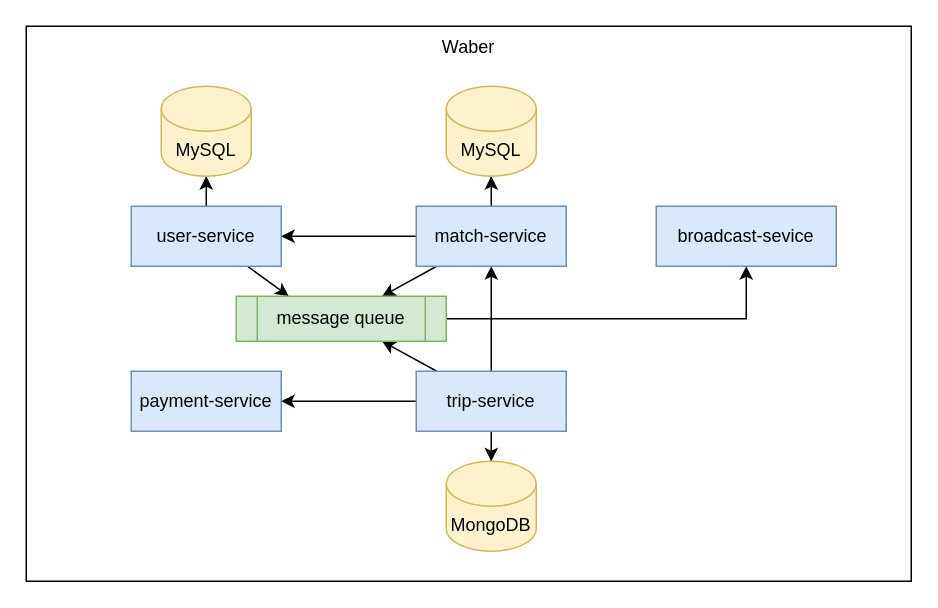
This is Waber.drawio from Johnny850807/Waber, a draw.io file, before an edit. Source tidied: cells renumbered, new cells numbered last; positions are measured from the earlier drawing's top-left corner, leaving out a move shared by most shapes. Both pictures are drawn from the tidied source at 150%, with x=0, y=0 at pixel (26, 26).
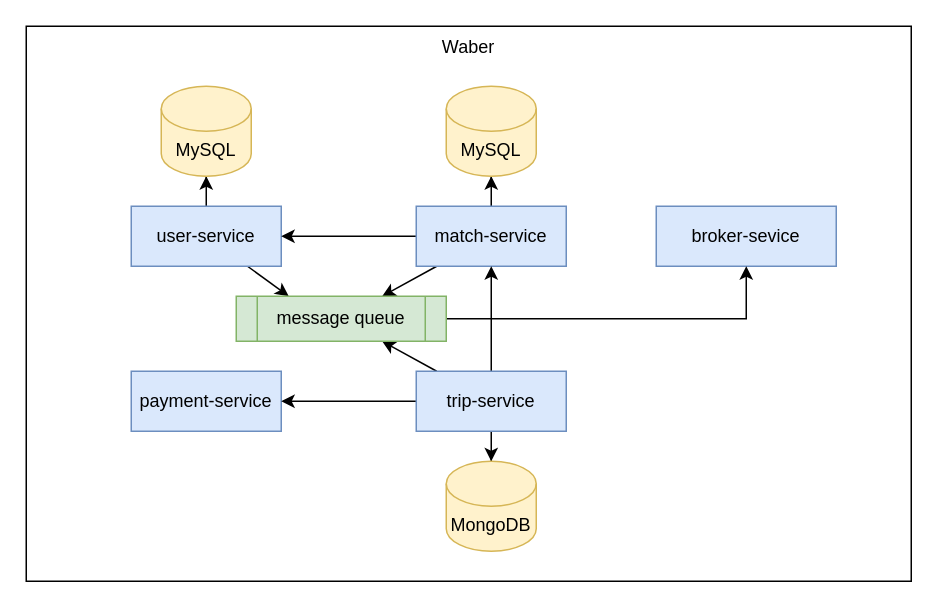
The same page after the edit.

Change to the diagram source:
```diff
@@
-    <mxCell id="19" value="broadcast-sevice" style="whiteSpace=wrap;html=1;fillColor=#dae8fc;strokeColor=#6c8ebf;" parent="1" vertex="1">
+    <mxCell id="19" value="broker-sevice" style="whiteSpace=wrap;html=1;fillColor=#dae8fc;strokeColor=#6c8ebf;" parent="1" vertex="1">
       <mxGeometry x="420" y="120" width="120" height="40" as="geometry" />
     </mxCell>
```
